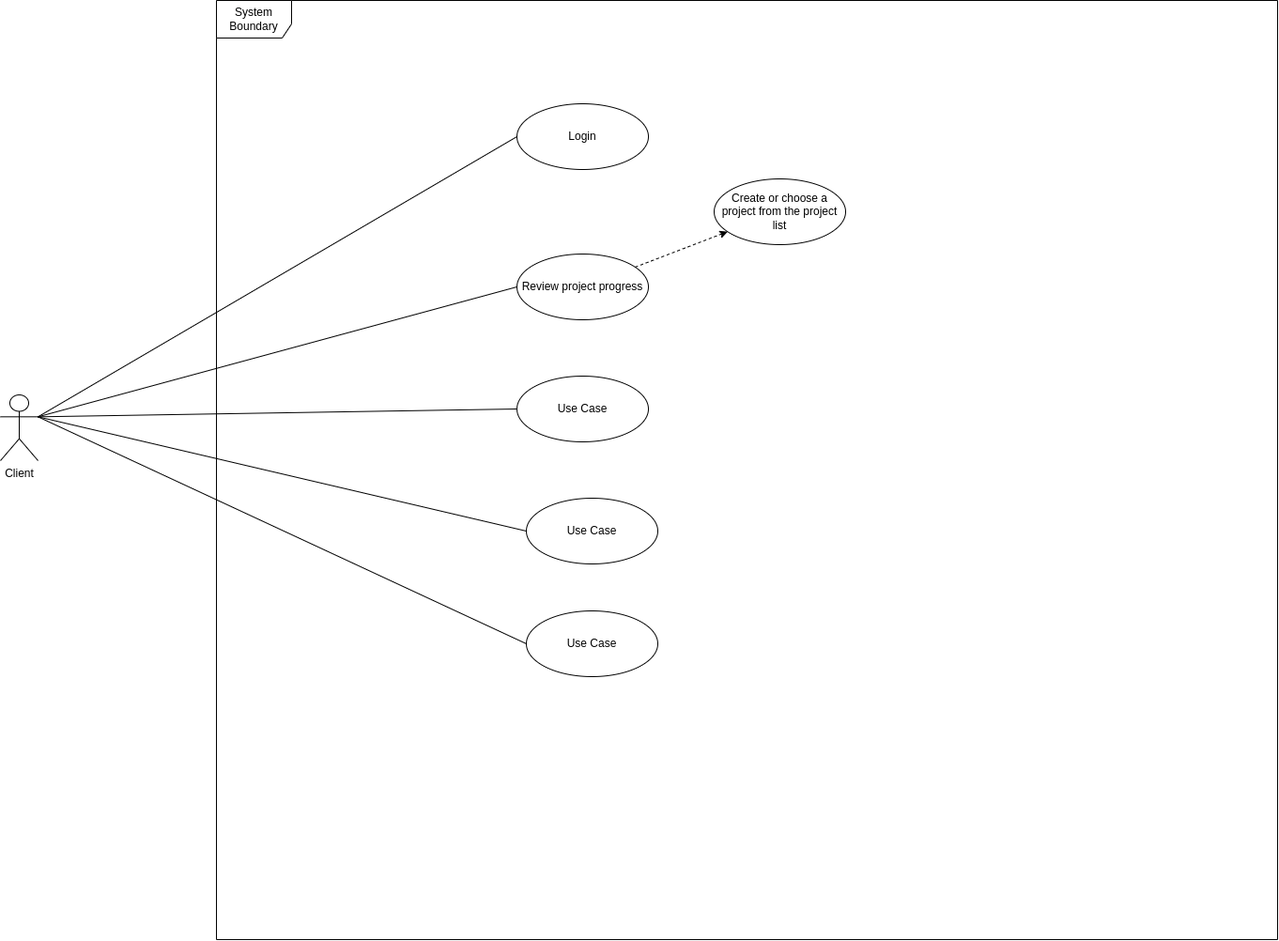
Before: Diagrams/Use case diagrams/Use_case_diagrams.png, a diagram exported from draw.io (BhathiyaVandebona/group_27). Source tidied: cells renumbered, new cells last; positions are measured from the earlier drawing's top-left corner, leaving out a move shared by most shapes.
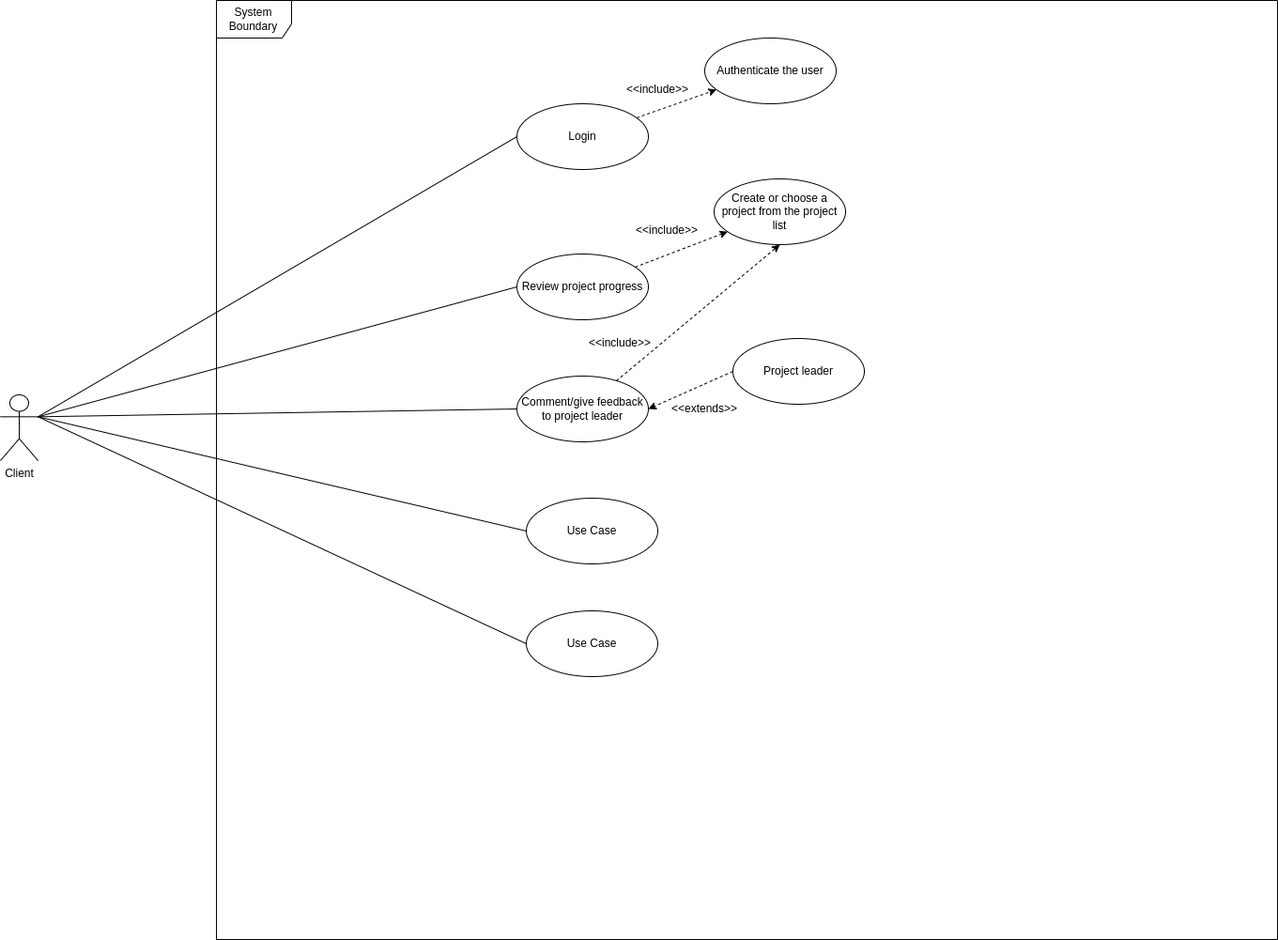
Later version of the same file.

Diff of the diagram source:
```diff
@@ -14,6 +14,9 @@
     <mxCell id="5" style="edgeStyle=none;rounded=0;jettySize=auto;html=1;exitX=0;exitY=0.5;exitDx=0;exitDy=0;entryX=1;entryY=0.3333333333333333;entryDx=0;entryDy=0;entryPerimeter=0;endArrow=none;endFill=0;" parent="1" edge="1" source="6" target="3">
       <mxGeometry relative="1" as="geometry" />
     </mxCell>
+    <mxCell id="16" style="edgeStyle=none;rounded=0;jettySize=auto;html=1;dashed=1;endArrow=classic;endFill=1;" parent="1" edge="1" source="6" target="20">
+      <mxGeometry relative="1" as="geometry" />
+    </mxCell>
     <mxCell id="6" value="Login" style="ellipse;whiteSpace=wrap;html=1;" parent="1" vertex="1">
       <mxGeometry x="550" y="110" width="140" height="70" as="geometry" />
     </mxCell>
@@ -26,7 +29,10 @@
     <mxCell id="9" style="edgeStyle=none;rounded=0;jettySize=auto;html=1;exitX=0;exitY=0.5;exitDx=0;exitDy=0;entryX=1;entryY=0.3333333333333333;entryDx=0;entryDy=0;entryPerimeter=0;endArrow=none;endFill=0;" parent="1" edge="1" source="10" target="3">
       <mxGeometry relative="1" as="geometry" />
     </mxCell>
+    <mxCell id="17" style="edgeStyle=none;rounded=0;jettySize=auto;html=1;dashed=1;endArrow=classic;endFill=1;entryX=0.5;entryY=1;entryDx=0;entryDy=0;" parent="1" edge="1" source="10" target="15">
+      <mxGeometry relative="1" as="geometry" />
+    </mxCell>
-    <mxCell id="10" value="Use Case" style="ellipse;whiteSpace=wrap;html=1;" parent="1" vertex="1">
+    <mxCell id="10" value="Comment/give feedback to project leader" style="ellipse;whiteSpace=wrap;html=1;" parent="1" vertex="1">
       <mxGeometry x="550" y="400" width="140" height="70" as="geometry" />
     </mxCell>
     <mxCell id="11" style="rounded=0;jettySize=auto;html=1;exitX=0;exitY=0.5;exitDx=0;exitDy=0;entryX=1;entryY=0.3333333333333333;entryDx=0;entryDy=0;entryPerimeter=0;endArrow=none;endFill=0;" parent="1" edge="1" source="12" target="3">
@@ -44,5 +50,26 @@
     <mxCell id="15" value="Create or choose a project from the project list" style="ellipse;whiteSpace=wrap;html=1;" parent="1" vertex="1">
       <mxGeometry x="760" y="190" width="140" height="70" as="geometry" />
     </mxCell>
+    <mxCell id="18" value="&amp;lt;&amp;lt;include&amp;gt;&amp;gt;" style="text;html=1;strokeColor=none;fillColor=none;align=center;verticalAlign=middle;whiteSpace=wrap;rounded=0;" parent="1" vertex="1">
+      <mxGeometry x="680" y="230" width="60" height="30" as="geometry" />
+    </mxCell>
+    <mxCell id="19" value="&amp;lt;&amp;lt;include&amp;gt;&amp;gt;" style="text;html=1;strokeColor=none;fillColor=none;align=center;verticalAlign=middle;whiteSpace=wrap;rounded=0;" parent="1" vertex="1">
+      <mxGeometry x="670" y="80" width="60" height="30" as="geometry" />
+    </mxCell>
+    <mxCell id="20" value="Authenticate the user" style="ellipse;whiteSpace=wrap;html=1;" parent="1" vertex="1">
+      <mxGeometry x="750" y="40" width="140" height="70" as="geometry" />
+    </mxCell>
+    <mxCell id="21" value="&amp;lt;&amp;lt;include&amp;gt;&amp;gt;" style="text;html=1;strokeColor=none;fillColor=none;align=center;verticalAlign=middle;whiteSpace=wrap;rounded=0;" parent="1" vertex="1">
+      <mxGeometry x="630" y="350" width="60" height="30" as="geometry" />
+    </mxCell>
+    <mxCell id="22" style="edgeStyle=none;rounded=0;jettySize=auto;html=1;exitX=0;exitY=0.5;exitDx=0;exitDy=0;entryX=1;entryY=0.5;entryDx=0;entryDy=0;dashed=1;endArrow=classic;endFill=1;" parent="1" edge="1" source="23" target="10">
+      <mxGeometry relative="1" as="geometry" />
+    </mxCell>
+    <mxCell id="23" value="Project leader" style="ellipse;whiteSpace=wrap;html=1;" parent="1" vertex="1">
+      <mxGeometry x="780" y="360" width="140" height="70" as="geometry" />
+    </mxCell>
+    <mxCell id="24" value="&amp;lt;&amp;lt;extends&amp;gt;&amp;gt;" style="text;html=1;strokeColor=none;fillColor=none;align=center;verticalAlign=middle;whiteSpace=wrap;rounded=0;" parent="1" vertex="1">
+      <mxGeometry x="720" y="420" width="60" height="30" as="geometry" />
+    </mxCell>
   </root>
 </mxGraphModel>
```
